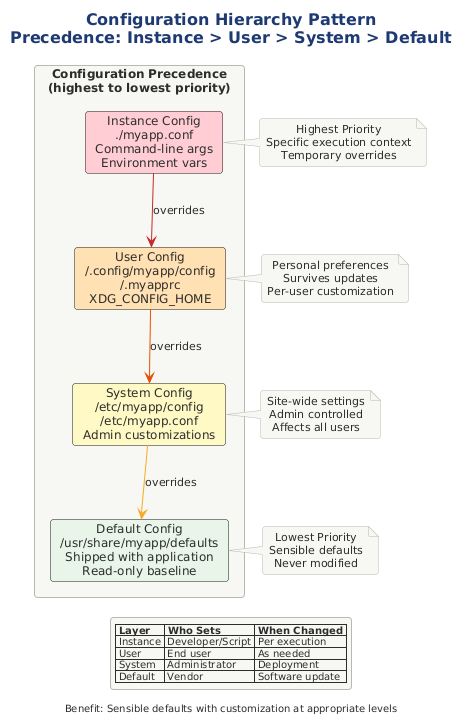
Earlier version of the PlantUML export src/architecture/views-and-beyond/style-catalogs/allocation/install-style/png/config-hierarchy-pattern-precedence-instance.png (Notoriousjayy/latex-docs).
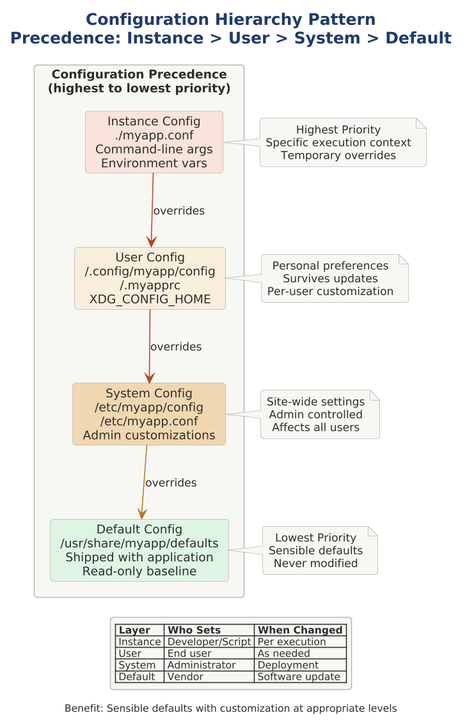
Above is the later version.

Change to the diagram source:
```diff
@@ -1,26 +1,27 @@
 @startuml
 
+skinparam dpi 150
+
+
+
+
 !include ../../../../../../tooling/styles/plantuml/structural/component-diagram-style.iuml
-
-skinparam card {
-    RoundCorner 6
-}
 
 title Configuration Hierarchy Pattern\nPrecedence: Instance > User > System > Default
 
 rectangle "Configuration Precedence\n(highest to lowest priority)" as main {
 
-    card "Instance Config\n./myapp.conf\nCommand-line args\nEnvironment vars" as instance #FFCDD2
+    card "Instance Config\n./myapp.conf\nCommand-line args\nEnvironment vars" as instance $fill_invalid
 
-    card "User Config\n~/.config/myapp/config\n~/.myapprc\nXDG_CONFIG_HOME" as user #FFE0B2
+    card "User Config\n~/.config/myapp/config\n~/.myapprc\nXDG_CONFIG_HOME" as user $fill_caution
 
-    card "System Config\n/etc/myapp/config\n/etc/myapp.conf\nAdmin customizations" as system #FFF9C4
+    card "System Config\n/etc/myapp/config\n/etc/myapp.conf\nAdmin customizations" as system $deep_caution
 
-    card "Default Config\n/usr/share/myapp/defaults\nShipped with application\nRead-only baseline" as default #E8F5E9
+    card "Default Config\n/usr/share/myapp/defaults\nShipped with application\nRead-only baseline" as default $fill_ok
 
-    instance -[#C62828]down-> user : overrides
-    user -[#E65100]down-> system : overrides
-    system -[#F9A825]down-> default : overrides
+    instance -[$line_invalid]down-> user : overrides
+    user -[$line_invalid]down-> system : overrides
+    system -[$line_caution]down-> default : overrides
 }
 
 note right of instance
```
